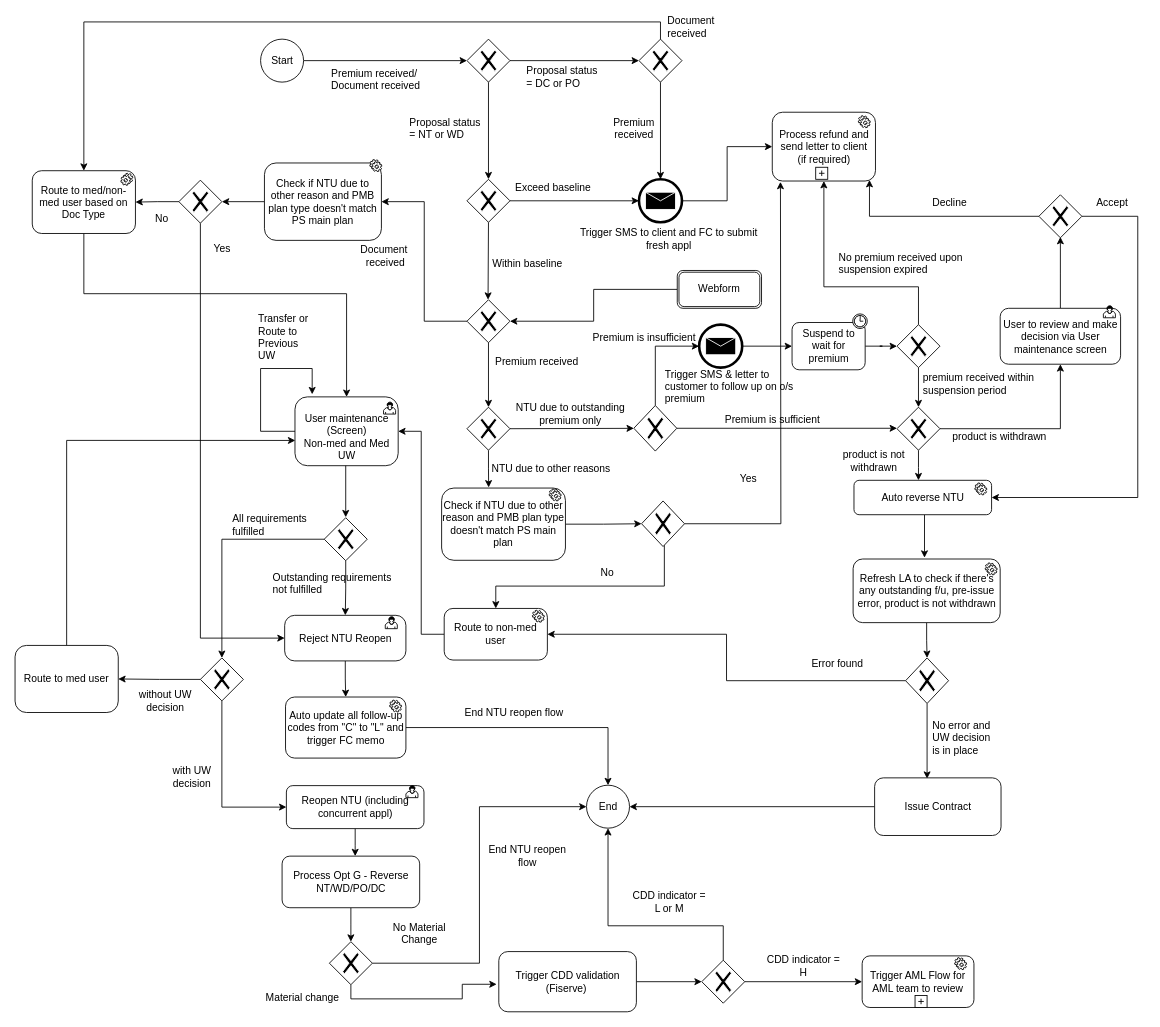
Above: page "NTU Reopen" (9 of 11) of HS.drawio in Jefferzonlee/WorkFlow-BPR (draw.io), before the change. Source tidied: cells renumbered, new cells numbered last; positions are measured from the earlier drawing's top-left corner, leaving out a move shared by most shapes. Both pictures are drawn from the tidied source at 86%, with x=0, y=0 at pixel (15, 18).
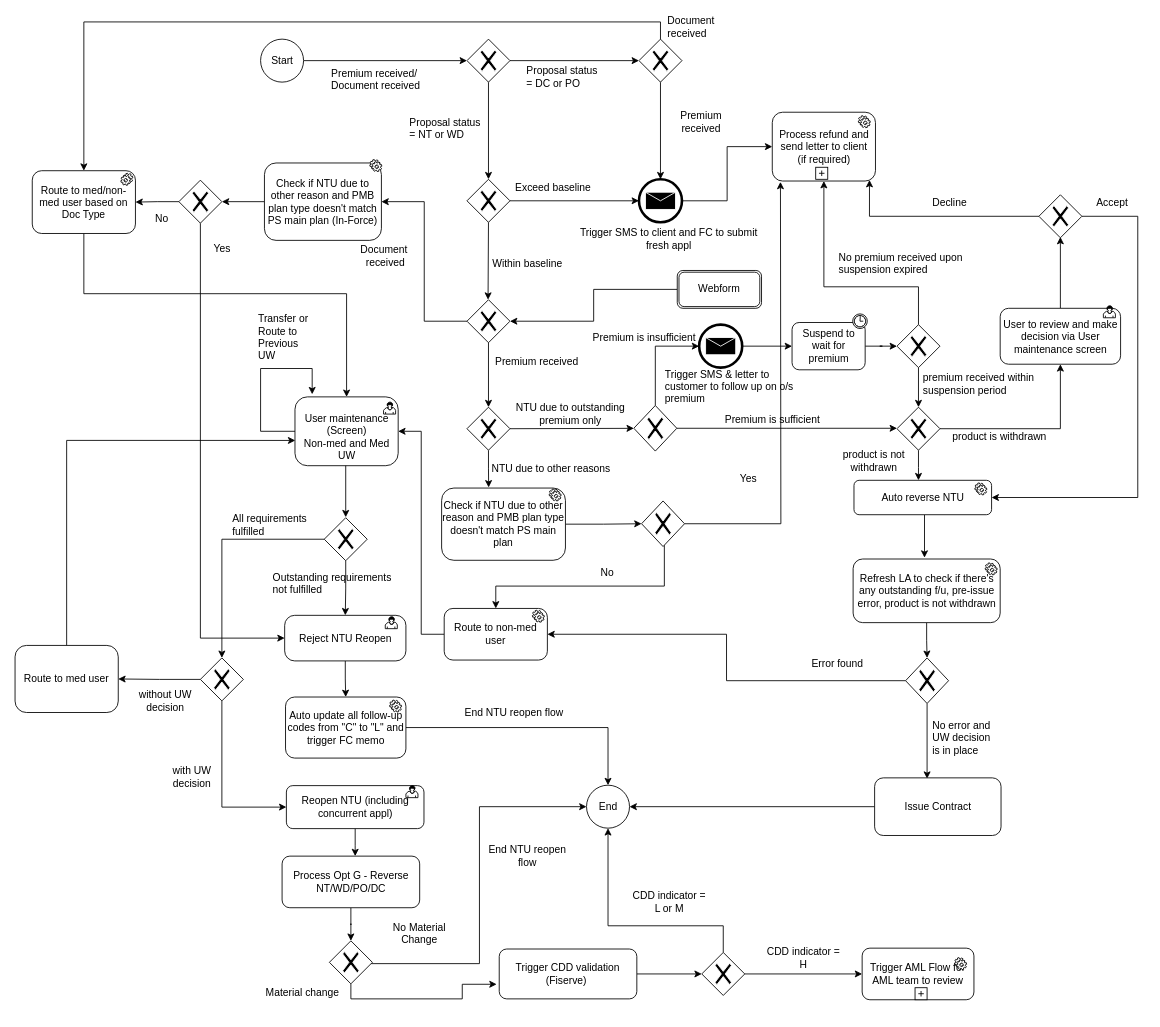
The same diagram, later.

Unchanged cells that the change refers to:
```xml
<mxCell id="44" value="Route to med/non-med user based on Doc Type" style="rounded=1;whiteSpace=wrap;html=1;" parent="1" vertex="1">
  <mxGeometry x="20" y="177" width="120" height="73" as="geometry" />
</mxCell>
<mxCell id="95" style="shape=mxgraph.bpmn.shape;html=1;verticalLabelPosition=bottom;labelBackgroundColor=#ffffff;verticalAlign=top;align=center;perimeter=rhombusPerimeter;background=gateway;outlineConnect=0;outline=none;symbol=exclusiveGw;" parent="1" vertex="1">
  <mxGeometry x="725.5" y="24" width="50" height="50" as="geometry" />
</mxCell>
```

Change to the diagram source:
```diff
@@
     <mxCell id="2" value="Trigger AML Flow for AML team to review" style="rounded=1;whiteSpace=wrap;html=1;" parent="1" vertex="1">
-      <mxGeometry x="985" y="1090" width="130" height="60" as="geometry" />
+      <mxGeometry x="985" y="1081" width="130" height="60" as="geometry" />
     </mxCell>
@@
+    <mxCell id="94" style="edgeStyle=orthogonalEdgeStyle;rounded=0;jettySize=auto;html=1;entryX=0.5;entryY=0;entryDx=0;entryDy=0;exitX=0.5;exitY=0;exitDx=0;exitDy=0;" parent="1" edge="1" source="95" target="44">
+      <mxGeometry relative="1" as="geometry" />
+    </mxCell>
@@
-    <mxCell id="94" style="edgeStyle=orthogonalEdgeStyle;rounded=0;jettySize=auto;html=1;entryX=0.5;entryY=0;entryDx=0;entryDy=0;exitX=0.5;exitY=0;exitDx=0;exitDy=0;" parent="1" edge="1" source="95" target="44">
-      <mxGeometry relative="1" as="geometry" />
-    </mxCell>
@@
     <mxCell id="97" value="Premium received" style="text;html=1;strokeColor=none;fillColor=none;align=center;verticalAlign=middle;whiteSpace=wrap;rounded=0;" parent="1" vertex="1">
-      <mxGeometry x="678.5" y="118" width="82" height="20" as="geometry" />
+      <mxGeometry x="756.5" y="110" width="82" height="20" as="geometry" />
     </mxCell>
@@
     <mxCell id="111" value="Trigger CDD validation (Fiserve)&amp;nbsp;" style="rounded=1;whiteSpace=wrap;html=1;" parent="1" vertex="1">
-      <mxGeometry x="562.5" y="1085" width="160" height="70" as="geometry" />
+      <mxGeometry x="563" y="1082" width="160" height="58" as="geometry" />
     </mxCell>
@@
     <mxCell id="114" value="CDD indicator = H" style="text;html=1;strokeColor=none;fillColor=none;align=center;verticalAlign=middle;whiteSpace=wrap;rounded=0;" parent="1" vertex="1">
-      <mxGeometry x="871" y="1092" width="92" height="20" as="geometry" />
+      <mxGeometry x="871" y="1083" width="92" height="20" as="geometry" />
     </mxCell>
     <mxCell id="115" style="shape=plus;html=1;fillColor=#FFFFFF;" parent="1" vertex="1">
-      <mxGeometry x="1046.5" y="1136" width="14" height="14" as="geometry" />
+      <mxGeometry x="1046.5" y="1127" width="14" height="14" as="geometry" />
     </mxCell>
     <mxCell id="116" value="Material change" style="text;html=1;strokeColor=none;fillColor=none;align=center;verticalAlign=middle;whiteSpace=wrap;rounded=0;" parent="1" vertex="1">
-      <mxGeometry x="285" y="1129" width="99" height="20" as="geometry" />
+      <mxGeometry x="285" y="1123" width="99" height="20" as="geometry" />
     </mxCell>
@@
     <mxCell id="119" style="shape=mxgraph.bpmn.shape;html=1;verticalLabelPosition=bottom;labelBackgroundColor=#ffffff;verticalAlign=top;align=center;perimeter=rhombusPerimeter;background=gateway;outlineConnect=0;outline=none;symbol=exclusiveGw;" parent="1" vertex="1">
-      <mxGeometry x="365.5" y="1073.5" width="50" height="50" as="geometry" />
+      <mxGeometry x="365.5" y="1072.5" width="50" height="50" as="geometry" />
     </mxCell>
@@
     <mxCell id="123" style="shape=mxgraph.bpmn.shape;html=1;verticalLabelPosition=bottom;labelBackgroundColor=#ffffff;verticalAlign=top;align=center;perimeter=rhombusPerimeter;background=gateway;outlineConnect=0;outline=none;symbol=exclusiveGw;" parent="1" vertex="1">
-      <mxGeometry x="798.5" y="1095" width="50" height="50" as="geometry" />
+      <mxGeometry x="798.5" y="1086" width="50" height="50" as="geometry" />
     </mxCell>
@@
-    <mxCell id="137" value="Check if NTU due to other reason and PMB plan type doesn't match PS main plan" style="rounded=1;whiteSpace=wrap;html=1;" parent="1" vertex="1">
+    <mxCell id="137" value="Check if NTU due to other reason and PMB plan type doesn't match PS main plan (In-Force)" style="rounded=1;whiteSpace=wrap;html=1;" parent="1" vertex="1">
       <mxGeometry x="290" y="168" width="136" height="90" as="geometry" />
     </mxCell>
```
